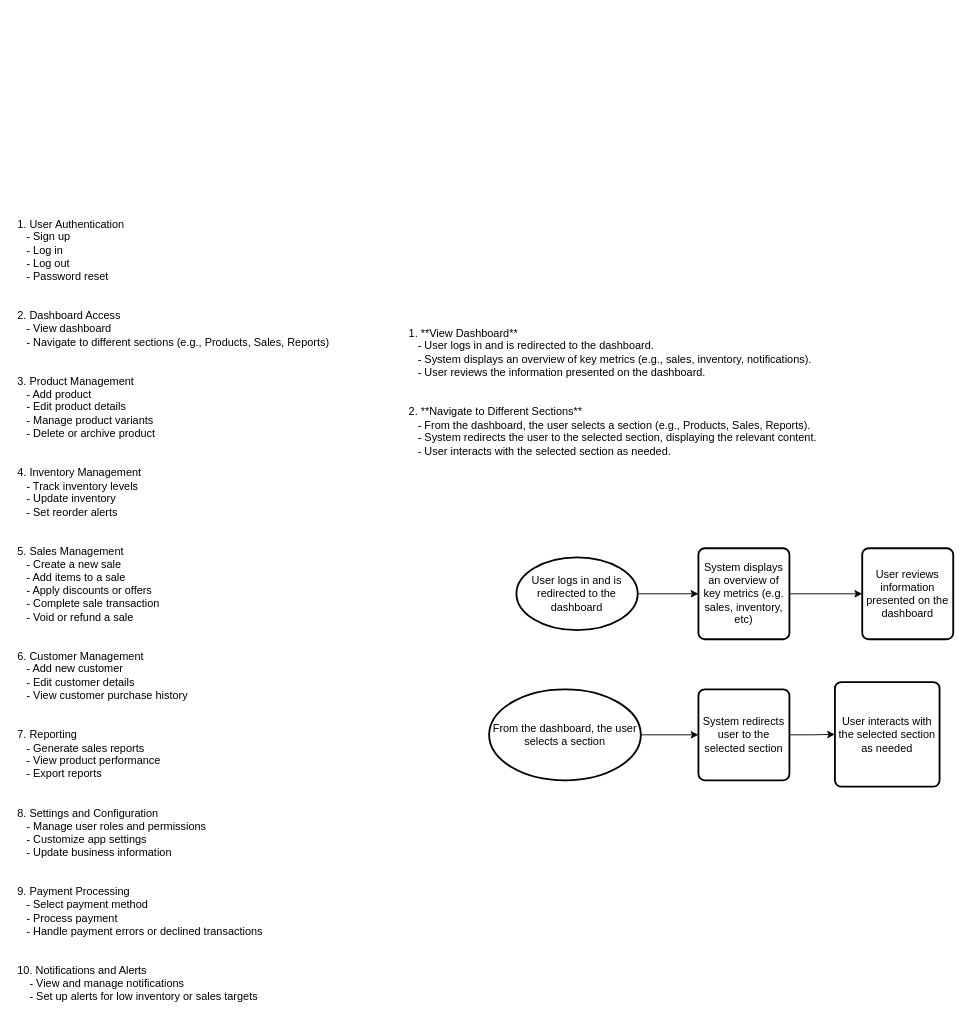
Before: page "Dashboard" (2 of 5) of client/user-flows.drawio in curtisPene/swiftPOS, a draw.io diagram. Source tidied: cells renumbered, new cells numbered last; positions are measured from the earlier drawing's top-left corner, leaving out a move shared by most shapes. Both pictures are drawn from the tidied source at 91%, with x=0, y=0 at pixel (15, 211).
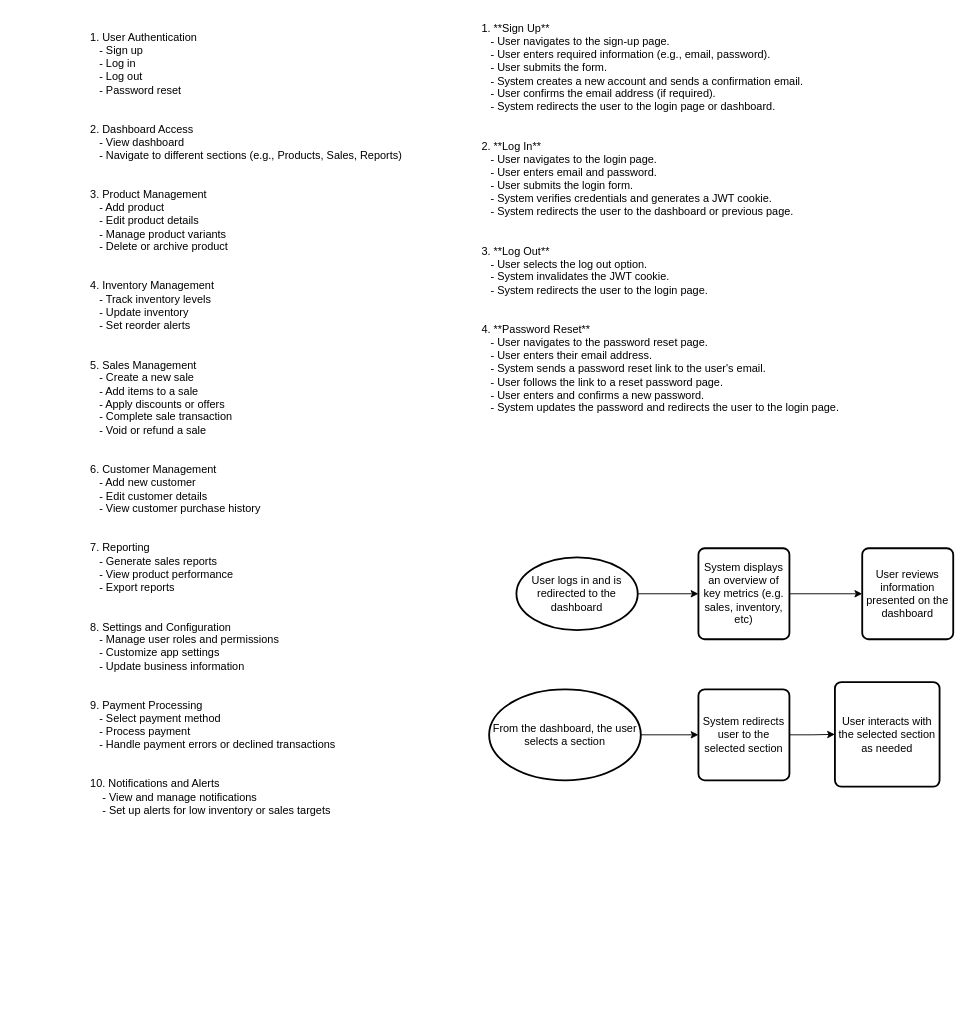
After the change.

The edit, as a diff of the source:
```diff
@@
 <mxGraphModel>
   <root>
     <mxCell id="0" />
     <mxCell id="1" parent="0" />
     <mxCell id="2" value="1. User Authentication&#10;   - Sign up&#10;   - Log in&#10;   - Log out&#10;   - Password reset&#10;&#10;&#10;2. Dashboard Access&#10;   - View dashboard&#10;   - Navigate to different sections (e.g., Products, Sales, Reports)&#10;&#10;&#10;3. Product Management&#10;   - Add product&#10;   - Edit product details&#10;   - Manage product variants&#10;   - Delete or archive product&#10;&#10;&#10;4. Inventory Management&#10;   - Track inventory levels&#10;   - Update inventory&#10;   - Set reorder alerts&#10;&#10;&#10;5. Sales Management&#10;   - Create a new sale&#10;   - Add items to a sale&#10;   - Apply discounts or offers&#10;   - Complete sale transaction&#10;   - Void or refund a sale&#10;&#10;&#10;6. Customer Management&#10;   - Add new customer&#10;   - Edit customer details&#10;   - View customer purchase history&#10;&#10;&#10;7. Reporting&#10;   - Generate sales reports&#10;   - View product performance&#10;   - Export reports&#10;&#10;&#10;8. Settings and Configuration&#10;   - Manage user roles and permissions&#10;   - Customize app settings&#10;   - Update business information&#10;&#10;&#10;9. Payment Processing&#10;   - Select payment method&#10;   - Process payment&#10;   - Handle payment errors or declined transactions&#10;&#10;&#10;10. Notifications and Alerts&#10;    - View and manage notifications&#10;    - Set up alerts for low inventory or sales targets" style="text;whiteSpace=wrap;" parent="1" vertex="1">
-      <mxGeometry width="380" height="890" as="geometry" />
+      <mxGeometry x="80" y="-205" width="380" height="890" as="geometry" />
     </mxCell>
-    <mxCell id="3" value="1. **View Dashboard**&#10;   - User logs in and is redirected to the dashboard.&#10;   - System displays an overview of key metrics (e.g., sales, inventory, notifications).&#10;   - User reviews the information presented on the dashboard.&#10;&#10;&#10;2. **Navigate to Different Sections**&#10;   - From the dashboard, the user selects a section (e.g., Products, Sales, Reports).&#10;   - System redirects the user to the selected section, displaying the relevant content.&#10;   - User interacts with the selected section as needed." style="text;whiteSpace=wrap;" parent="1" vertex="1">
-      <mxGeometry x="430" y="120" width="480" height="170" as="geometry" />
-    </mxCell>
     <mxCell id="4" style="edgeStyle=orthogonalEdgeStyle;rounded=0;jettySize=auto;html=1;exitX=1;exitY=0.5;exitDx=0;exitDy=0;exitPerimeter=0;entryX=0;entryY=0.5;entryDx=0;entryDy=0;" parent="1" edge="1" source="5" target="7">
       <mxGeometry relative="1" as="geometry" />
     </mxCell>
     <mxCell id="5" value="User logs in and is redirected to the dashboard" style="strokeWidth=2;html=1;shape=mxgraph.flowchart.start_1;whiteSpace=wrap;" parent="1" vertex="1">
       <mxGeometry x="550" y="380" width="133.3" height="80" as="geometry" />
     </mxCell>
     <mxCell id="6" style="edgeStyle=orthogonalEdgeStyle;rounded=0;jettySize=auto;html=1;exitX=1;exitY=0.5;exitDx=0;exitDy=0;entryX=0;entryY=0.5;entryDx=0;entryDy=0;" parent="1" edge="1" source="7" target="8">
       <mxGeometry relative="1" as="geometry" />
     </mxCell>
     <mxCell id="7" value="System displays an overview of key metrics (e.g. sales, inventory, etc)" style="rounded=1;whiteSpace=wrap;html=1;absoluteArcSize=1;arcSize=14;strokeWidth=2;" parent="1" vertex="1">
       <mxGeometry x="750" y="370" width="100" height="100" as="geometry" />
     </mxCell>
     <mxCell id="8" value="User reviews information presented on the dashboard" style="rounded=1;whiteSpace=wrap;html=1;absoluteArcSize=1;arcSize=14;strokeWidth=2;" parent="1" vertex="1">
       <mxGeometry x="930" y="370" width="100" height="100" as="geometry" />
     </mxCell>
     <mxCell id="9" style="edgeStyle=orthogonalEdgeStyle;rounded=0;jettySize=auto;html=1;exitX=1;exitY=0.5;exitDx=0;exitDy=0;exitPerimeter=0;entryX=0;entryY=0.5;entryDx=0;entryDy=0;" parent="1" edge="1" source="10" target="12">
       <mxGeometry relative="1" as="geometry" />
     </mxCell>
     <mxCell id="10" value="From the dashboard, the user selects a section" style="strokeWidth=2;html=1;shape=mxgraph.flowchart.start_1;whiteSpace=wrap;" parent="1" vertex="1">
       <mxGeometry x="520" y="525" width="166.7" height="100" as="geometry" />
     </mxCell>
     <mxCell id="11" style="edgeStyle=orthogonalEdgeStyle;rounded=0;jettySize=auto;html=1;exitX=1;exitY=0.5;exitDx=0;exitDy=0;entryX=0;entryY=0.5;entryDx=0;entryDy=0;" parent="1" edge="1" source="12" target="13">
       <mxGeometry relative="1" as="geometry" />
     </mxCell>
     <mxCell id="12" value="System redirects user to the selected section" style="rounded=1;whiteSpace=wrap;html=1;absoluteArcSize=1;arcSize=14;strokeWidth=2;" parent="1" vertex="1">
       <mxGeometry x="750" y="525" width="100" height="100" as="geometry" />
     </mxCell>
     <mxCell id="13" value="User interacts with the selected section as needed" style="rounded=1;whiteSpace=wrap;html=1;absoluteArcSize=1;arcSize=14;strokeWidth=2;" parent="1" vertex="1">
       <mxGeometry x="900" y="517" width="115" height="115" as="geometry" />
     </mxCell>
+    <mxCell id="14" value="1. **Sign Up**&#10;   - User navigates to the sign-up page.&#10;   - User enters required information (e.g., email, password).&#10;   - User submits the form.&#10;   - System creates a new account and sends a confirmation email.&#10;   - User confirms the email address (if required).&#10;   - System redirects the user to the login page or dashboard.&#10;&#10;&#10;2. **Log In**&#10;   - User navigates to the login page.&#10;   - User enters email and password.&#10;   - User submits the login form.&#10;   - System verifies credentials and generates a JWT cookie.&#10;   - System redirects the user to the dashboard or previous page.&#10;&#10;&#10;3. **Log Out**&#10;   - User selects the log out option.&#10;   - System invalidates the JWT cookie.&#10;   - System redirects the user to the login page.&#10;&#10;&#10;4. **Password Reset**&#10;   - User navigates to the password reset page.&#10;   - User enters their email address.&#10;   - System sends a password reset link to the user's email.&#10;   - User follows the link to a reset password page.&#10;   - User enters and confirms a new password.&#10;   - System updates the password and redirects the user to the login page." style="text;whiteSpace=wrap;" parent="1" vertex="1">
+      <mxGeometry x="510" y="-215" width="430" height="460" as="geometry" />
+    </mxCell>
   </root>
 </mxGraphModel>
```
